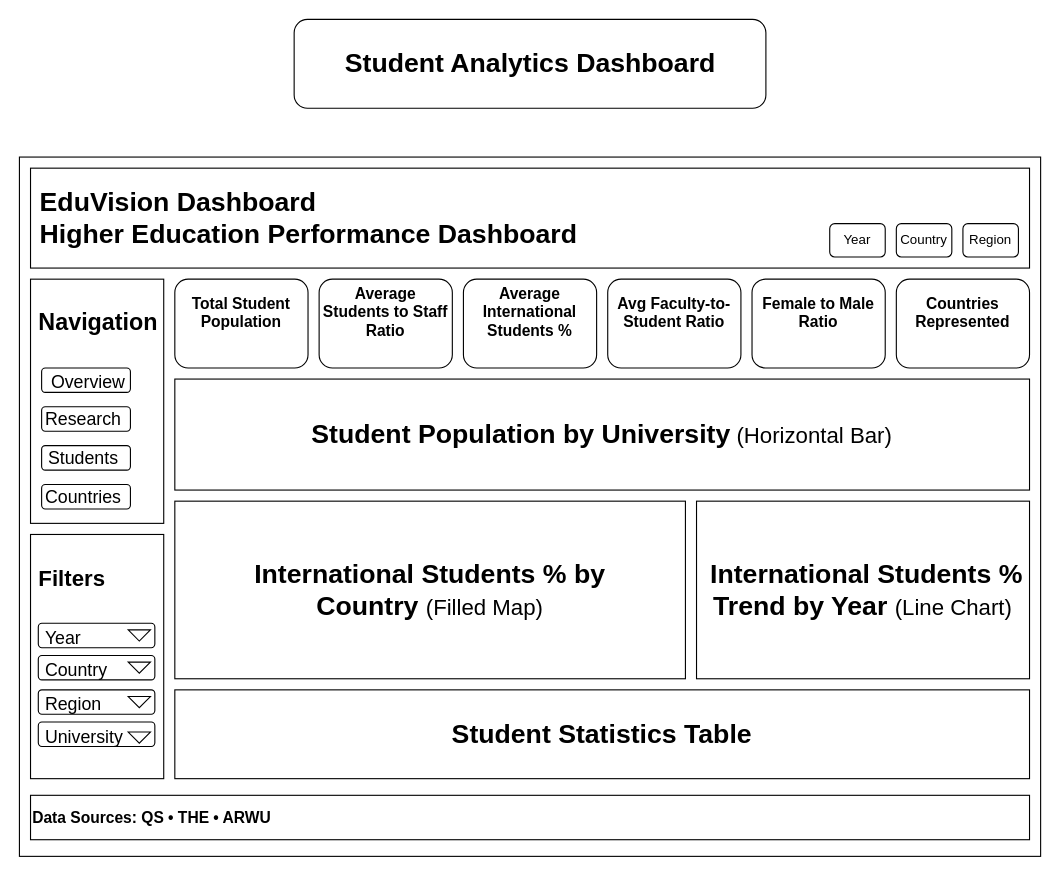
This is page "Student_Analytics" (3 of 4) of powerbi/Module_4_Deliverables/storyboard/dashboard_storyboard.drawio from springboardmentor09876x-cmd/higher-education-dv, a draw.io file, before an edit. Source tidied: cells renumbered, new cells numbered last; positions are measured from the earlier drawing's top-left corner, leaving out a move shared by most shapes. Both pictures are drawn from the tidied source at 111%, with x=0, y=0 at pixel (19, 19).
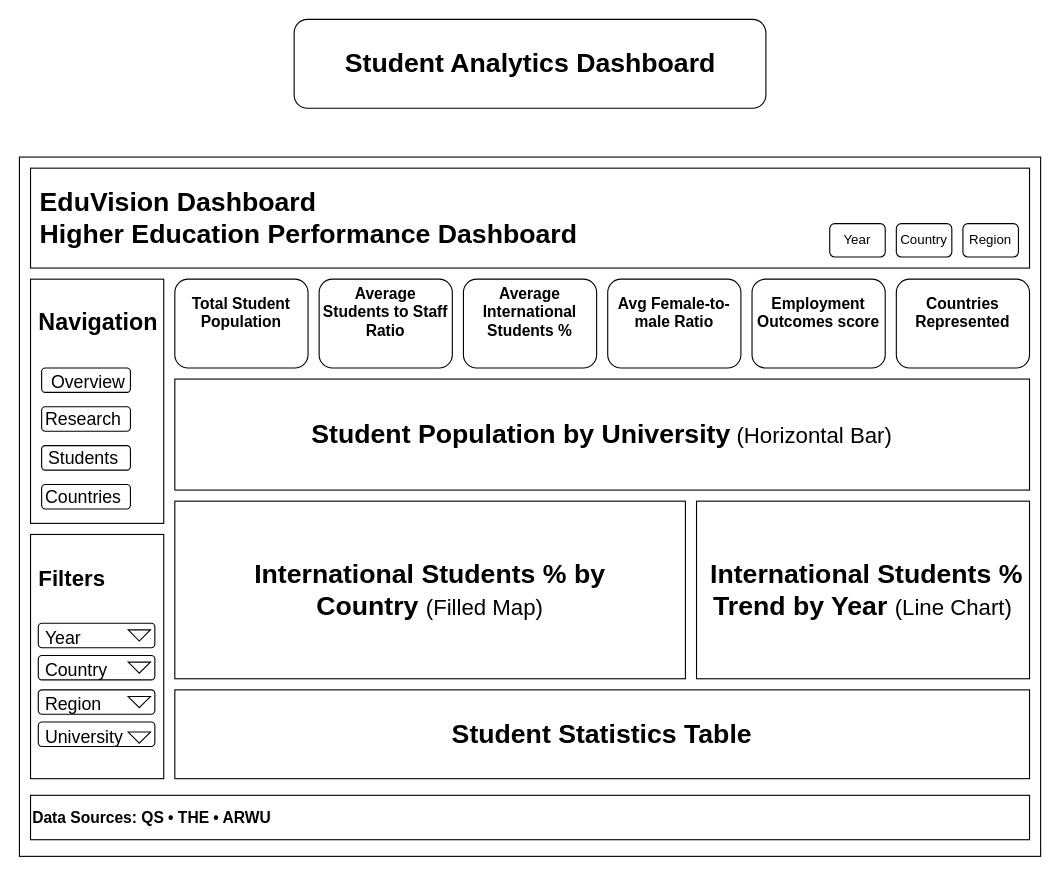
The same diagram, later.

The edit, as a diff of the source:
```diff
@@
-    <mxCell id="11" value="&lt;h3 style=&quot;padding-bottom: 20px;&quot;&gt;&lt;b&gt;Avg Faculty-to-Student Ratio&lt;/b&gt;&lt;/h3&gt;" style="rounded=1;whiteSpace=wrap;html=1;" parent="1" vertex="1">
+    <mxCell id="11" value="&lt;h3 style=&quot;padding-bottom: 20px;&quot;&gt;&lt;b&gt;Avg Female-to-male Ratio&lt;/b&gt;&lt;/h3&gt;" style="rounded=1;whiteSpace=wrap;html=1;" parent="1" vertex="1">
       <mxGeometry x="530" y="234" width="120" height="80" as="geometry" />
     </mxCell>
-    <mxCell id="12" value="&lt;h3 style=&quot;padding-bottom: 20px;&quot;&gt;&lt;b&gt;Female to Male Ratio&lt;/b&gt;&lt;/h3&gt;" style="rounded=1;whiteSpace=wrap;html=1;" parent="1" vertex="1">
+    <mxCell id="12" value="&lt;h3 style=&quot;padding-bottom: 20px;&quot;&gt;&lt;b&gt;Employment Outcomes score&lt;/b&gt;&lt;/h3&gt;" style="rounded=1;whiteSpace=wrap;html=1;" parent="1" vertex="1">
       <mxGeometry x="660" y="234" width="120" height="80" as="geometry" />
     </mxCell>
```
